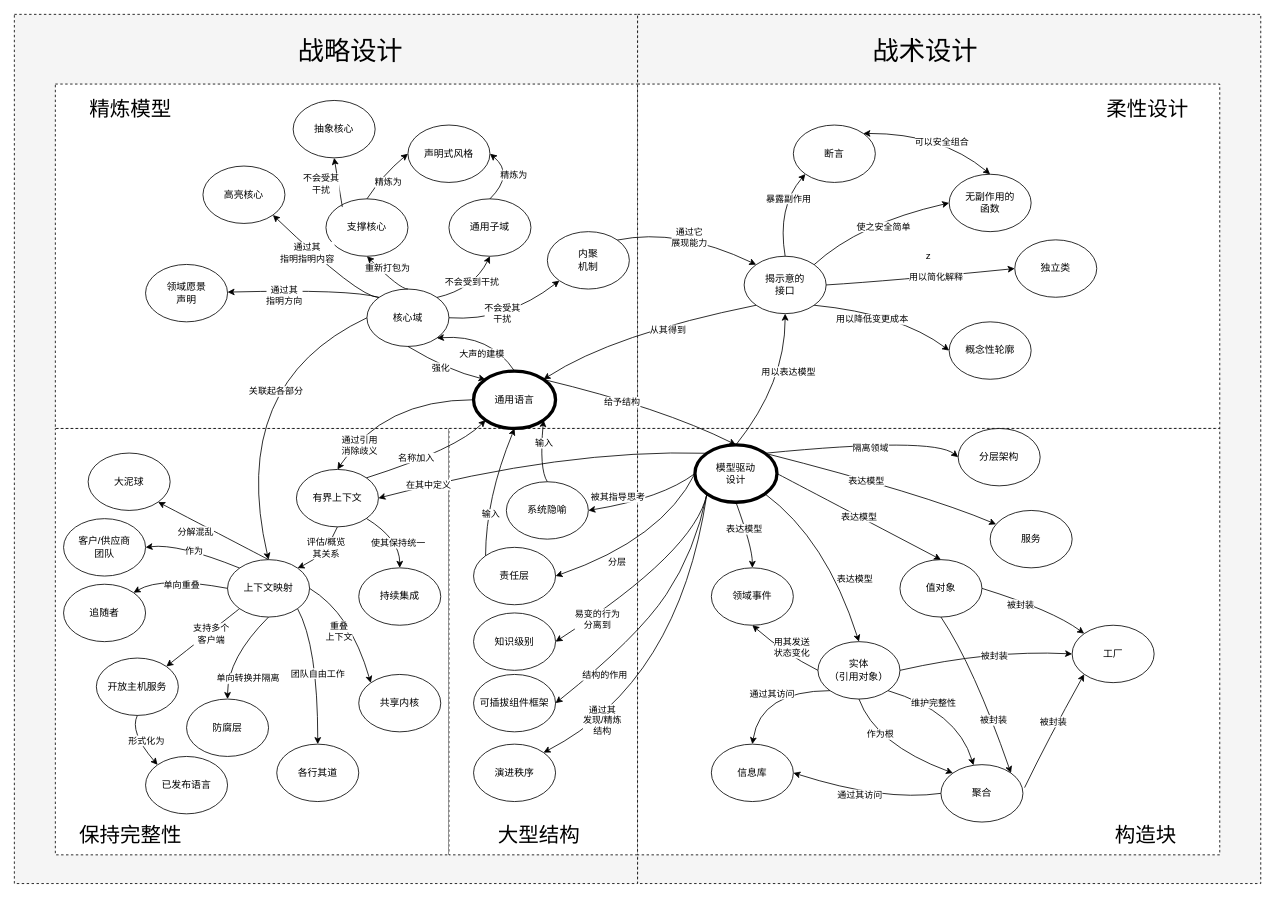
wizardbyron/guides keeps this draw.io diagram as docs/arch/ddd/ddd-full.drawio. Above is the earlier version. Source tidied: cells renumbered, new cells numbered last; positions are measured from the earlier drawing's top-left corner, leaving out a move shared by most shapes. Both pictures are drawn from the tidied source at 82%, with x=0, y=0 at pixel (14, 14). Pictures stored in the file or linked from it are replaced by grey dashed boxes.
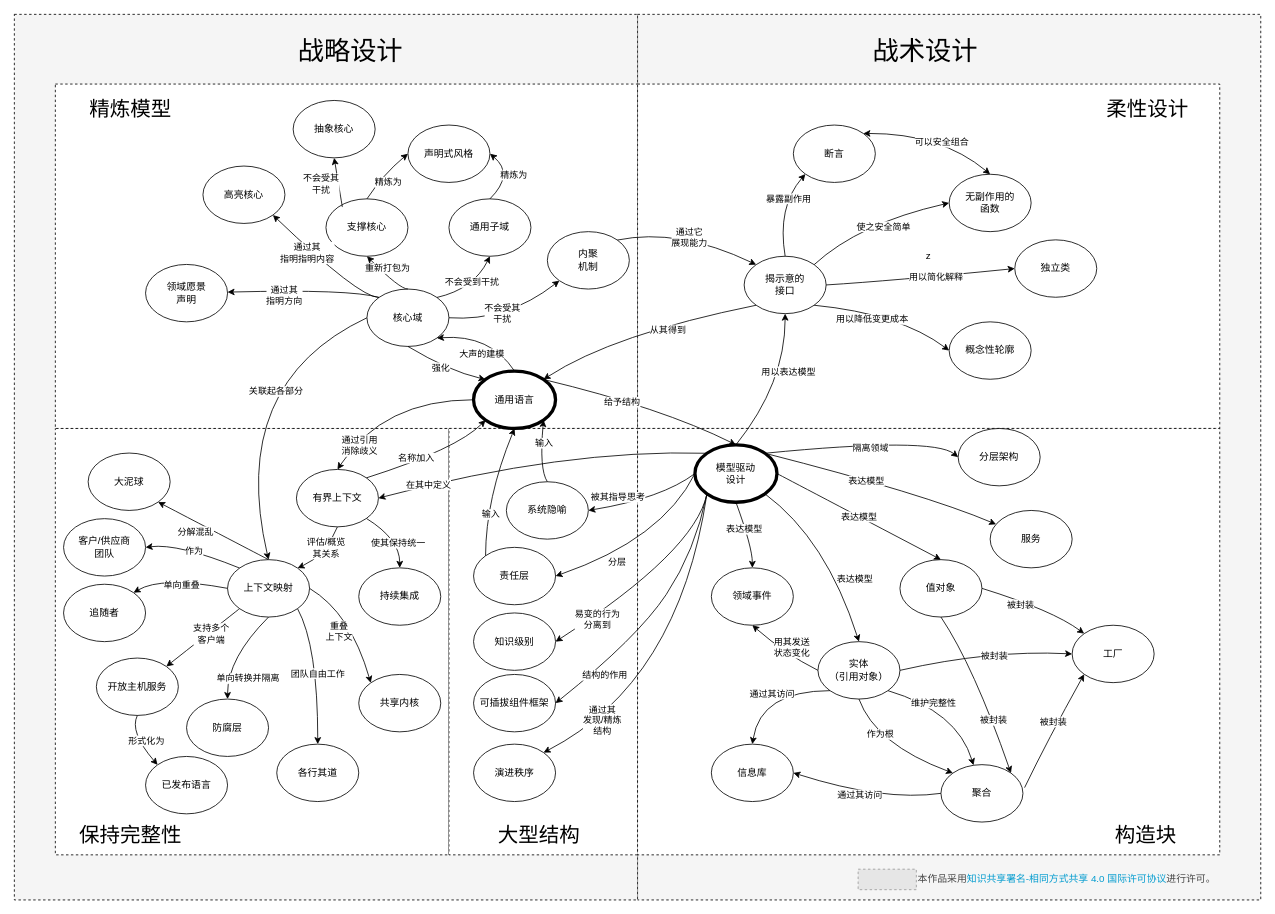
The same diagram, later.

The edit, as a diff of the source:
```diff
@@
     <mxCell id="2" style="rounded=0;whiteSpace=wrap;html=1;dashed=1;fillColor=#f5f5f5;fontColor=#333333;strokeColor=#000000;" parent="1" vertex="1">
-      <mxGeometry x="760" width="760" height="1060" as="geometry" />
+      <mxGeometry x="760" width="760" height="1080" as="geometry" />
     </mxCell>
     <mxCell id="3" style="rounded=0;whiteSpace=wrap;html=1;dashed=1;fillColor=#f5f5f5;fontColor=#333333;strokeColor=#000000;" parent="1" vertex="1">
-      <mxGeometry width="760" height="1060" as="geometry" />
+      <mxGeometry width="760" height="1080" as="geometry" />
     </mxCell>
@@
+    <mxCell id="159" style="fillColor=#E6E6E6;strokeColor=#999999;dashed=1;verticalLabelPosition=bottom;labelBackgroundColor=default;verticalAlign=top;" parent="1" vertex="1">
+      <mxGeometry x="1029" y="1042.5" width="71" height="25" as="geometry" />
+    </mxCell>
+    <mxCell id="160" value="&lt;font style=&quot;font-size: 12px;&quot;&gt;&lt;span style=&quot;font-style: normal; font-variant-caps: normal; font-weight: 400; letter-spacing: normal; text-indent: 0px; text-transform: none; word-spacing: 0px; -webkit-text-stroke-width: 0px; text-decoration: none; caret-color: rgb(70, 70, 70); color: rgb(70, 70, 70); font-family: &amp;quot;source sans pro&amp;quot;, sans-serif; text-align: center; float: none; display: inline !important;&quot;&gt;本作品采用&lt;/span&gt;&lt;a style=&quot;font-style: normal; font-variant-caps: normal; font-weight: 400; letter-spacing: normal; text-indent: 0px; text-transform: none; word-spacing: 0px; -webkit-text-stroke-width: 0px; box-sizing: inherit; color: rgb(4, 156, 207); text-decoration: none; font-family: &amp;quot;source sans pro&amp;quot;, sans-serif; text-align: center;&quot; href=&quot;http://creativecommons.org/licenses/by-sa/4.0/&quot; rel=&quot;license&quot;&gt;知识共享署名-相同方式共享 4.0 国际许可协议&lt;/a&gt;&lt;span style=&quot;font-style: normal; font-variant-caps: normal; font-weight: 400; letter-spacing: normal; text-indent: 0px; text-transform: none; word-spacing: 0px; -webkit-text-stroke-width: 0px; text-decoration: none; caret-color: rgb(70, 70, 70); color: rgb(70, 70, 70); font-family: &amp;quot;source sans pro&amp;quot;, sans-serif; text-align: center; float: none; display: inline !important;&quot;&gt;进行许可。&lt;/span&gt;&lt;/font&gt;" style="text;whiteSpace=wrap;html=1;fillColor=none;labelBackgroundColor=none;" parent="1" vertex="1">
+      <mxGeometry x="1100" y="1040" width="370" height="30" as="geometry" />
+    </mxCell>
```
